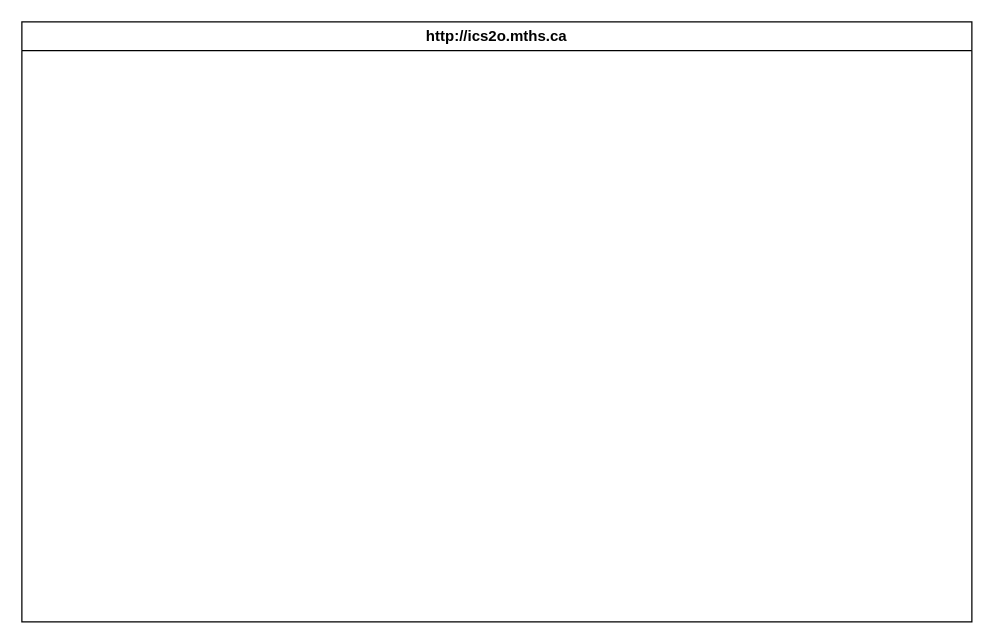
This is design/storyboard.drawio from MTHS-ICD2O-1-2023/ICD2O-Unit-6-04-kai-nguyen-4, a draw.io file, before an edit. Source tidied: cells renumbered, new cells numbered last; positions are measured from the earlier drawing's top-left corner, leaving out a move shared by most shapes. Both pictures are drawn from the tidied source at 125%, with x=0, y=0 at pixel (21, 21).
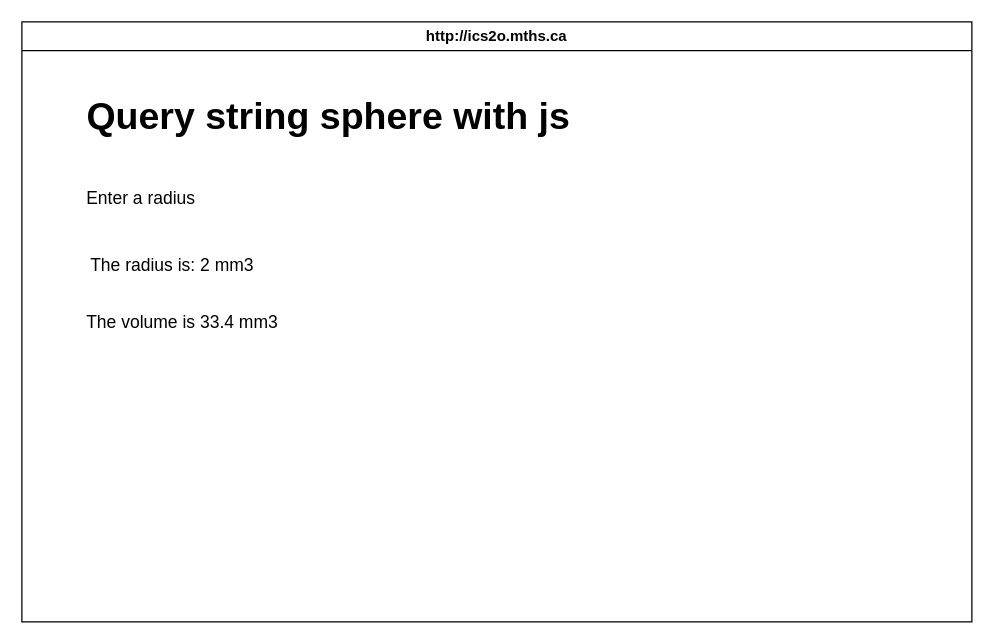
The same page after the edit.

Change to the diagram source:
```diff
@@
 <mxGraphModel>
   <root>
     <mxCell id="0" />
     <mxCell id="1" parent="0" />
     <mxCell id="2" value="http://ics2o.mths.ca" style="swimlane;whiteSpace=wrap;html=1;" parent="1" vertex="1">
       <mxGeometry width="760" height="480" as="geometry" />
     </mxCell>
+    <mxCell id="3" value="&lt;font style=&quot;font-size: 30px;&quot;&gt;&lt;b&gt;Query string sphere with js&lt;/b&gt;&lt;/font&gt;" style="text;html=1;align=center;verticalAlign=middle;strokeColor=none;fillColor=none;" parent="2" vertex="1">
+      <mxGeometry x="40" y="50" width="410" height="50" as="geometry" />
+    </mxCell>
+    <mxCell id="4" value="&lt;font style=&quot;font-size: 14px;&quot;&gt;Enter a radius&lt;/font&gt;" style="text;html=1;align=center;verticalAlign=middle;strokeColor=none;fillColor=none;fontSize=30;" parent="2" vertex="1">
+      <mxGeometry x="40" y="110" width="110" height="50" as="geometry" />
+    </mxCell>
+    <mxCell id="5" value="The radius is: 2 mm3" style="text;html=1;align=center;verticalAlign=middle;strokeColor=none;fillColor=none;fontSize=14;" parent="2" vertex="1">
+      <mxGeometry x="40" y="180" width="160" height="30" as="geometry" />
+    </mxCell>
+    <mxCell id="6" value="The volume is 33.4 mm3&amp;nbsp;" style="text;html=1;align=center;verticalAlign=middle;strokeColor=none;fillColor=none;fontSize=14;" parent="2" vertex="1">
+      <mxGeometry x="40" y="225" width="180" height="30" as="geometry" />
+    </mxCell>
   </root>
 </mxGraphModel>
```
